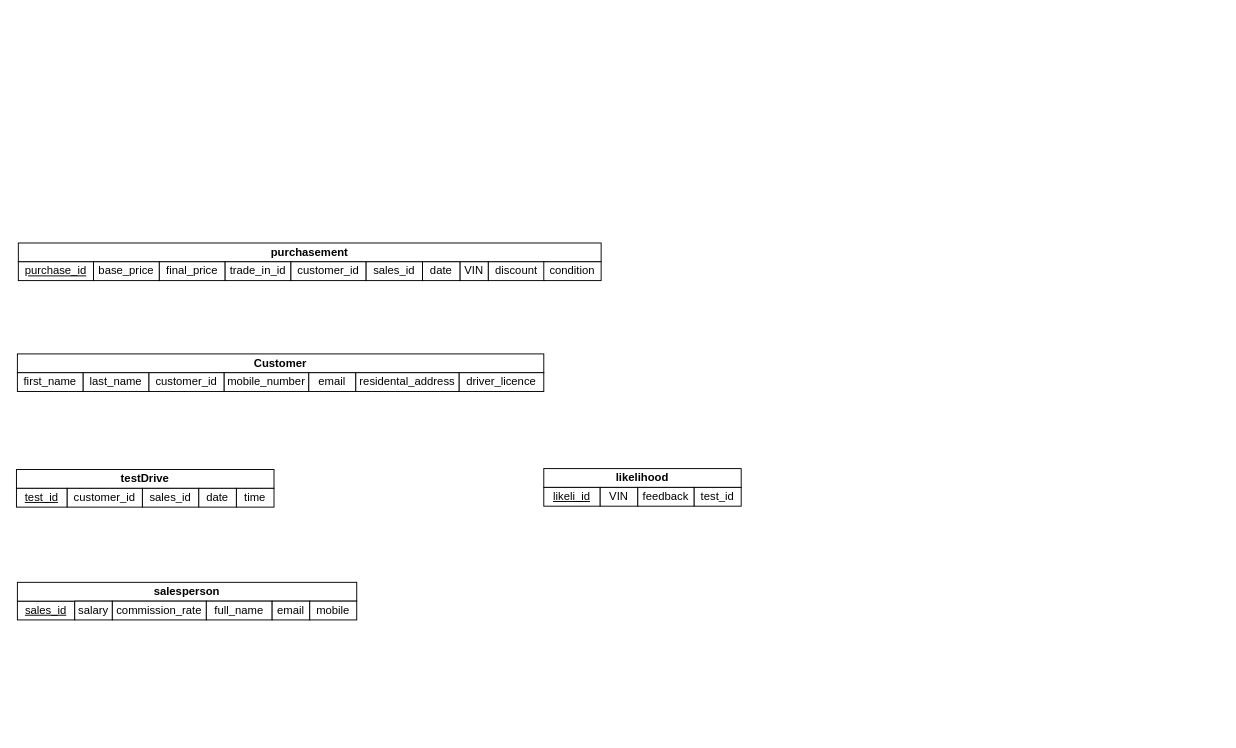
Earlier version of the draw.io diagram 未命名绘图.drawio (Syrus-jpg/LeetCode). Source tidied: cells renumbered, new cells numbered last; positions are measured from the earlier drawing's top-left corner, leaving out a move shared by most shapes. Both pictures are drawn from the tidied source at 94%, with x=0, y=0 at pixel (16, 243).
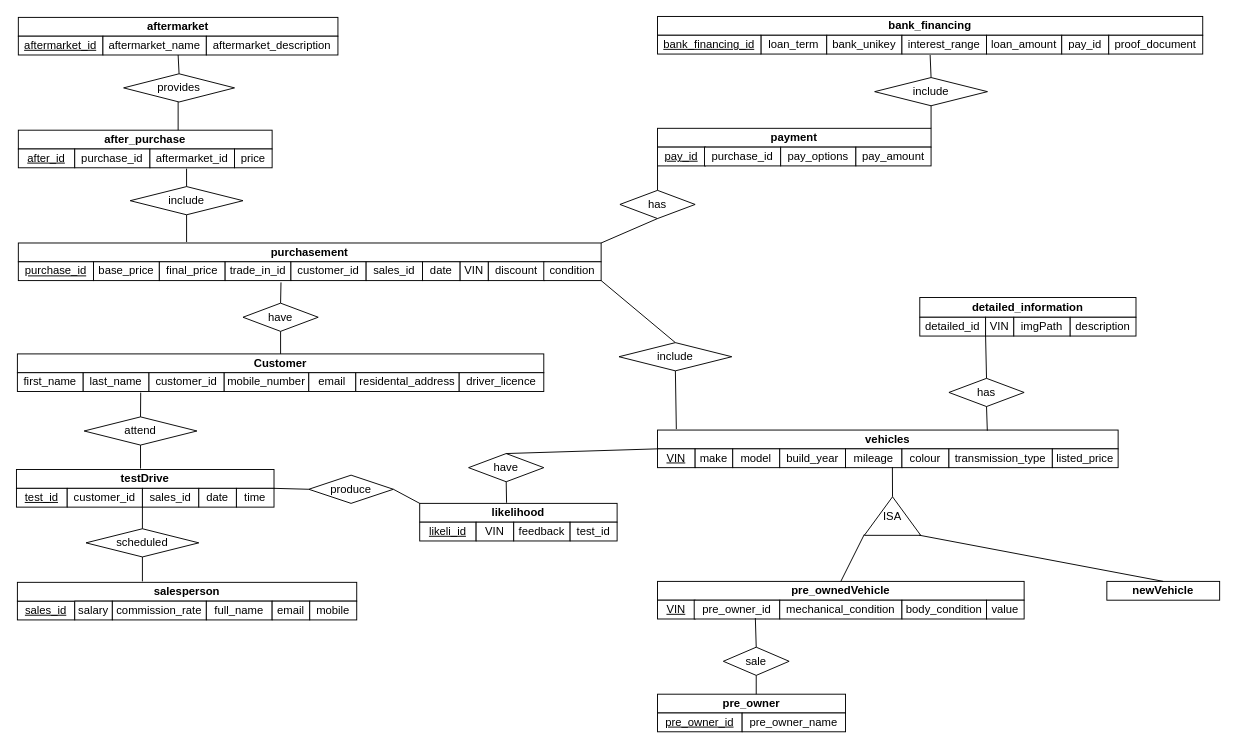
The same diagram, later.

Commit message (it also covers changes not shown here):
更新未命名绘图.drawio

The change refers to these unchanged cells:
```xml
<mxCell id="2" value="&lt;b&gt;Customer&lt;/b&gt;" style="rounded=0;whiteSpace=wrap;html=1;" parent="1" vertex="1">
  <mxGeometry x="1" y="118" width="560" height="20" as="geometry" />
</mxCell>
<mxCell id="4" value="last_name" style="rounded=0;whiteSpace=wrap;html=1;" parent="1" vertex="1">
  <mxGeometry x="71" y="138" width="70" height="20" as="geometry" />
</mxCell>
<mxCell id="10" value="&lt;b&gt;testDrive&lt;/b&gt;" style="rounded=0;whiteSpace=wrap;html=1;" parent="1" vertex="1">
  <mxGeometry y="241" width="274" height="20" as="geometry" />
</mxCell>
<mxCell id="13" value="sales_id" style="rounded=0;whiteSpace=wrap;html=1;" parent="1" vertex="1">
  <mxGeometry x="134" y="261" width="60" height="20" as="geometry" />
</mxCell>
<mxCell id="28" value="&lt;b&gt;purchasement&lt;/b&gt;" style="rounded=0;whiteSpace=wrap;html=1;" parent="1" vertex="1">
  <mxGeometry x="2" width="620" height="20" as="geometry" />
</mxCell>
<mxCell id="32" value="trade_in_id" style="rounded=0;whiteSpace=wrap;html=1;" parent="1" vertex="1">
  <mxGeometry x="222" y="20" width="70" height="20" as="geometry" />
</mxCell>
<mxCell id="38" value="condition" style="rounded=0;whiteSpace=wrap;html=1;" parent="1" vertex="1">
  <mxGeometry x="561" y="20" width="61" height="20" as="geometry" />
</mxCell>
```

The edit, as a diff of the source:
```diff
@@
     <mxCell id="23" value="&lt;b&gt;likelihood&lt;/b&gt;" style="rounded=0;whiteSpace=wrap;html=1;" parent="1" vertex="1">
-      <mxGeometry x="561" y="240" width="210" height="20" as="geometry" />
+      <mxGeometry x="429" y="277" width="210" height="20" as="geometry" />
     </mxCell>
     <mxCell id="24" value="&lt;u&gt;likeli_id&lt;/u&gt;" style="rounded=0;whiteSpace=wrap;html=1;" parent="1" vertex="1">
-      <mxGeometry x="561" y="260" width="60" height="20" as="geometry" />
+      <mxGeometry x="429" y="297" width="60" height="20" as="geometry" />
     </mxCell>
     <mxCell id="25" value="VIN" style="rounded=0;whiteSpace=wrap;html=1;" parent="1" vertex="1">
-      <mxGeometry x="621" y="260" width="40" height="20" as="geometry" />
+      <mxGeometry x="489" y="297" width="40" height="20" as="geometry" />
     </mxCell>
     <mxCell id="26" value="feedback" style="rounded=0;whiteSpace=wrap;html=1;" parent="1" vertex="1">
-      <mxGeometry x="661" y="260" width="60" height="20" as="geometry" />
+      <mxGeometry x="529" y="297" width="60" height="20" as="geometry" />
     </mxCell>
     <mxCell id="27" value="test_id" style="rounded=0;whiteSpace=wrap;html=1;" parent="1" vertex="1">
-      <mxGeometry x="721" y="260" width="50" height="20" as="geometry" />
+      <mxGeometry x="589" y="297" width="50" height="20" as="geometry" />
     </mxCell>
@@
+    <mxCell id="39" value="&lt;b&gt;after_purchase&lt;/b&gt;" style="rounded=0;whiteSpace=wrap;html=1;" parent="1" vertex="1">
+      <mxGeometry x="2" y="-120" width="270" height="20" as="geometry" />
+    </mxCell>
+    <mxCell id="40" value="&lt;u&gt;after_id&lt;/u&gt;" style="rounded=0;whiteSpace=wrap;html=1;" parent="1" vertex="1">
+      <mxGeometry x="2" y="-100" width="60" height="20" as="geometry" />
+    </mxCell>
+    <mxCell id="41" value="purchase_id" style="rounded=0;whiteSpace=wrap;html=1;" parent="1" vertex="1">
+      <mxGeometry x="62" y="-100" width="80" height="20" as="geometry" />
+    </mxCell>
+    <mxCell id="42" value="aftermarket_id" style="rounded=0;whiteSpace=wrap;html=1;" parent="1" vertex="1">
+      <mxGeometry x="142" y="-100" width="90" height="20" as="geometry" />
+    </mxCell>
+    <mxCell id="43" value="price" style="rounded=0;whiteSpace=wrap;html=1;" parent="1" vertex="1">
+      <mxGeometry x="232" y="-100" width="40" height="20" as="geometry" />
+    </mxCell>
+    <mxCell id="44" value="&lt;b&gt;aftermarket&lt;/b&gt;" style="rounded=0;whiteSpace=wrap;html=1;" parent="1" vertex="1">
+      <mxGeometry x="2" y="-240" width="340" height="20" as="geometry" />
+    </mxCell>
+    <mxCell id="45" value="&lt;u&gt;aftermarket_id&lt;/u&gt;" style="rounded=0;whiteSpace=wrap;html=1;" parent="1" vertex="1">
+      <mxGeometry x="2" y="-220" width="90" height="20" as="geometry" />
+    </mxCell>
+    <mxCell id="46" value="aftermarket_name" style="rounded=0;whiteSpace=wrap;html=1;" parent="1" vertex="1">
+      <mxGeometry x="92" y="-220" width="110" height="20" as="geometry" />
+    </mxCell>
+    <mxCell id="47" value="aftermarket_description" style="rounded=0;whiteSpace=wrap;html=1;" parent="1" vertex="1">
+      <mxGeometry x="202" y="-220" width="140" height="20" as="geometry" />
+    </mxCell>
+    <mxCell id="48" value="&lt;b&gt;payment&lt;/b&gt;" style="rounded=0;whiteSpace=wrap;html=1;" parent="1" vertex="1">
+      <mxGeometry x="682" y="-122" width="291" height="20" as="geometry" />
+    </mxCell>
+    <mxCell id="49" value="&lt;u&gt;pay_id&lt;/u&gt;" style="rounded=0;whiteSpace=wrap;html=1;" parent="1" vertex="1">
+      <mxGeometry x="682" y="-102" width="51" height="20" as="geometry" />
+    </mxCell>
+    <mxCell id="50" value="purchase_id" style="rounded=0;whiteSpace=wrap;html=1;" parent="1" vertex="1">
+      <mxGeometry x="732" y="-102" width="81" height="20" as="geometry" />
+    </mxCell>
+    <mxCell id="51" value="pay_options" style="rounded=0;whiteSpace=wrap;html=1;" parent="1" vertex="1">
+      <mxGeometry x="813" y="-102" width="80" height="20" as="geometry" />
+    </mxCell>
+    <mxCell id="52" value="pay_amount" style="rounded=0;whiteSpace=wrap;html=1;" parent="1" vertex="1">
+      <mxGeometry x="893" y="-102" width="80" height="20" as="geometry" />
+    </mxCell>
+    <mxCell id="53" value="&lt;b&gt;vehicles&lt;/b&gt;" style="rounded=0;whiteSpace=wrap;html=1;" parent="1" vertex="1">
+      <mxGeometry x="682" y="199" width="490" height="20" as="geometry" />
+    </mxCell>
+    <mxCell id="54" value="&lt;u&gt;VIN&lt;/u&gt;" style="rounded=0;whiteSpace=wrap;html=1;" parent="1" vertex="1">
+      <mxGeometry x="682" y="219" width="40" height="20" as="geometry" />
+    </mxCell>
+    <mxCell id="55" value="make" style="rounded=0;whiteSpace=wrap;html=1;" parent="1" vertex="1">
+      <mxGeometry x="722" y="219" width="40" height="20" as="geometry" />
+    </mxCell>
+    <mxCell id="56" style="edgeStyle=orthogonalEdgeStyle;rounded=0;orthogonalLoop=1;jettySize=auto;html=1;exitX=0.5;exitY=1;exitDx=0;exitDy=0;" parent="1" edge="1" source="55" target="55">
+      <mxGeometry relative="1" as="geometry" />
+    </mxCell>
+    <mxCell id="57" value="model" style="rounded=0;whiteSpace=wrap;html=1;" parent="1" vertex="1">
+      <mxGeometry x="762" y="219" width="50" height="20" as="geometry" />
+    </mxCell>
+    <mxCell id="58" value="build_year" style="rounded=0;whiteSpace=wrap;html=1;" parent="1" vertex="1">
+      <mxGeometry x="812" y="219" width="70" height="20" as="geometry" />
+    </mxCell>
+    <mxCell id="59" value="mileage" style="rounded=0;whiteSpace=wrap;html=1;" parent="1" vertex="1">
+      <mxGeometry x="882" y="219" width="60" height="20" as="geometry" />
+    </mxCell>
+    <mxCell id="60" value="colour" style="rounded=0;whiteSpace=wrap;html=1;" parent="1" vertex="1">
+      <mxGeometry x="942" y="219" width="50" height="20" as="geometry" />
+    </mxCell>
+    <mxCell id="61" value="transmission_type" style="rounded=0;whiteSpace=wrap;html=1;" parent="1" vertex="1">
+      <mxGeometry x="992" y="219" width="110" height="20" as="geometry" />
+    </mxCell>
+    <mxCell id="62" value="listed_price" style="rounded=0;whiteSpace=wrap;html=1;" parent="1" vertex="1">
+      <mxGeometry x="1102" y="219" width="70" height="20" as="geometry" />
+    </mxCell>
+    <mxCell id="63" value="&lt;b&gt;detailed_information&lt;/b&gt;" style="rounded=0;whiteSpace=wrap;html=1;" parent="1" vertex="1">
+      <mxGeometry x="961" y="58" width="230" height="21" as="geometry" />
+    </mxCell>
+    <mxCell id="64" value="detailed_id" style="rounded=0;whiteSpace=wrap;html=1;" parent="1" vertex="1">
+      <mxGeometry x="961" y="79" width="70" height="20" as="geometry" />
+    </mxCell>
+    <mxCell id="65" value="VIN" style="rounded=0;whiteSpace=wrap;html=1;" parent="1" vertex="1">
+      <mxGeometry x="1031" y="79" width="30" height="20" as="geometry" />
+    </mxCell>
+    <mxCell id="66" value="imgPath" style="rounded=0;whiteSpace=wrap;html=1;" parent="1" vertex="1">
+      <mxGeometry x="1061" y="79" width="60" height="20" as="geometry" />
+    </mxCell>
+    <mxCell id="67" value="description" style="rounded=0;whiteSpace=wrap;html=1;" parent="1" vertex="1">
+      <mxGeometry x="1121" y="79" width="70" height="20" as="geometry" />
+    </mxCell>
+    <mxCell id="68" value="&lt;b&gt;bank_financing&lt;/b&gt;" style="rounded=0;whiteSpace=wrap;html=1;" parent="1" vertex="1">
+      <mxGeometry x="682" y="-241" width="580" height="20" as="geometry" />
+    </mxCell>
+    <mxCell id="69" value="loan_term" style="rounded=0;whiteSpace=wrap;html=1;" parent="1" vertex="1">
+      <mxGeometry x="792" y="-221" width="70" height="20" as="geometry" />
+    </mxCell>
+    <mxCell id="70" value="bank_unikey" style="rounded=0;whiteSpace=wrap;html=1;" parent="1" vertex="1">
+      <mxGeometry x="862" y="-221" width="80" height="20" as="geometry" />
+    </mxCell>
+    <mxCell id="71" value="interest_range" style="rounded=0;whiteSpace=wrap;html=1;" parent="1" vertex="1">
+      <mxGeometry x="942" y="-221" width="90" height="20" as="geometry" />
+    </mxCell>
+    <mxCell id="72" value="loan_amount" style="rounded=0;whiteSpace=wrap;html=1;" parent="1" vertex="1">
+      <mxGeometry x="1032" y="-221" width="80" height="20" as="geometry" />
+    </mxCell>
+    <mxCell id="73" value="pay_id" style="rounded=0;whiteSpace=wrap;html=1;" parent="1" vertex="1">
+      <mxGeometry x="1112" y="-221" width="50" height="20" as="geometry" />
+    </mxCell>
+    <mxCell id="74" value="proof_document" style="rounded=0;whiteSpace=wrap;html=1;" parent="1" vertex="1">
+      <mxGeometry x="1162" y="-221" width="100" height="20" as="geometry" />
+    </mxCell>
+    <mxCell id="75" value="&lt;u&gt;bank_financing_id&lt;/u&gt;" style="rounded=0;whiteSpace=wrap;html=1;" parent="1" vertex="1">
+      <mxGeometry x="682" y="-221" width="110" height="20" as="geometry" />
+    </mxCell>
+    <mxCell id="76" value="&lt;b&gt;pre_ownedVehicle&lt;/b&gt;" style="rounded=0;whiteSpace=wrap;html=1;" parent="1" vertex="1">
+      <mxGeometry x="682" y="360" width="390" height="20" as="geometry" />
+    </mxCell>
+    <mxCell id="77" value="&lt;u&gt;VIN&lt;/u&gt;" style="rounded=0;whiteSpace=wrap;html=1;" parent="1" vertex="1">
+      <mxGeometry x="682" y="380" width="40" height="20" as="geometry" />
+    </mxCell>
+    <mxCell id="78" value="pre_owner_id" style="rounded=0;whiteSpace=wrap;html=1;" parent="1" vertex="1">
+      <mxGeometry x="721" y="380" width="91" height="20" as="geometry" />
+    </mxCell>
+    <mxCell id="79" value="mechanical_condition" style="rounded=0;whiteSpace=wrap;html=1;" parent="1" vertex="1">
+      <mxGeometry x="812" y="380" width="130" height="20" as="geometry" />
+    </mxCell>
+    <mxCell id="80" value="body_condition" style="rounded=0;whiteSpace=wrap;html=1;" parent="1" vertex="1">
+      <mxGeometry x="942" y="380" width="90" height="20" as="geometry" />
+    </mxCell>
+    <mxCell id="81" value="value" style="rounded=0;whiteSpace=wrap;html=1;" parent="1" vertex="1">
+      <mxGeometry x="1032" y="380" width="40" height="20" as="geometry" />
+    </mxCell>
+    <mxCell id="82" value="&lt;b&gt;pre_owner&lt;/b&gt;" style="rounded=0;whiteSpace=wrap;html=1;" parent="1" vertex="1">
+      <mxGeometry x="682" y="480" width="200" height="20" as="geometry" />
+    </mxCell>
+    <mxCell id="83" value="&lt;u&gt;pre_owner_id&lt;/u&gt;" style="rounded=0;whiteSpace=wrap;html=1;" parent="1" vertex="1">
+      <mxGeometry x="682" y="500" width="90" height="20" as="geometry" />
+    </mxCell>
+    <mxCell id="84" value="pre_owner_name" style="rounded=0;whiteSpace=wrap;html=1;" parent="1" vertex="1">
+      <mxGeometry x="772" y="500" width="110" height="20" as="geometry" />
+    </mxCell>
+    <mxCell id="85" value="&lt;b&gt;newVehicle&lt;/b&gt;" style="rounded=0;whiteSpace=wrap;html=1;" parent="1" vertex="1">
+      <mxGeometry x="1160" y="360" width="120" height="20" as="geometry" />
+    </mxCell>
+    <mxCell id="86" value="ISA" style="triangle;whiteSpace=wrap;html=1;direction=north;" parent="1" vertex="1">
+      <mxGeometry x="902" y="270" width="60" height="41" as="geometry" />
+    </mxCell>
+    <mxCell id="87" style="endArrow=none;html=1;rounded=0;exitX=0.5;exitY=0;exitDx=0;exitDy=0;" parent="1" edge="1" source="76">
+      <mxGeometry relative="1" as="geometry">
+        <mxPoint x="902" y="310" as="targetPoint" />
+      </mxGeometry>
+    </mxCell>
+    <mxCell id="88" style="endArrow=none;html=1;rounded=0;exitX=0.003;exitY=0.974;exitDx=0;exitDy=0;entryX=0.5;entryY=0;entryDx=0;entryDy=0;exitPerimeter=0;" parent="1" edge="1" source="86" target="85">
+      <mxGeometry relative="1" as="geometry" />
+    </mxCell>
+    <mxCell id="89" value="sale" style="rhombus;whiteSpace=wrap;html=1;" parent="1" vertex="1">
+      <mxGeometry x="752" y="430" width="70" height="30" as="geometry" />
+    </mxCell>
+    <mxCell id="90" style="endArrow=none;html=1;rounded=0;exitX=0.5;exitY=0;exitDx=0;exitDy=0;entryX=0.715;entryY=0.95;entryDx=0;entryDy=0;entryPerimeter=0;" parent="1" edge="1" source="89" target="78">
+      <mxGeometry relative="1" as="geometry" />
+    </mxCell>
+    <mxCell id="91" style="endArrow=none;html=1;rounded=0;exitX=0.5;exitY=1;exitDx=0;exitDy=0;" parent="1" edge="1" source="89">
+      <mxGeometry relative="1" as="geometry">
+        <mxPoint x="787" y="480" as="targetPoint" />
+      </mxGeometry>
+    </mxCell>
+    <mxCell id="92" style="endArrow=none;html=1;rounded=0;exitX=0.831;exitY=0.973;exitDx=0;exitDy=0;exitPerimeter=0;" parent="1" edge="1" source="59">
+      <mxGeometry relative="1" as="geometry">
+        <mxPoint x="932" y="270" as="targetPoint" />
+      </mxGeometry>
+    </mxCell>
+    <mxCell id="93" value="scheduled" style="rhombus;whiteSpace=wrap;html=1;" parent="1" vertex="1">
+      <mxGeometry x="74" y="304" width="120" height="30" as="geometry" />
+    </mxCell>
+    <mxCell id="94" style="endArrow=none;html=1;rounded=0;exitX=0.5;exitY=1;exitDx=0;exitDy=0;" parent="1" edge="1" source="93">
+      <mxGeometry relative="1" as="geometry">
+        <mxPoint x="134" y="360" as="targetPoint" />
+      </mxGeometry>
+    </mxCell>
+    <mxCell id="95" style="endArrow=none;html=1;rounded=0;exitX=0.5;exitY=0;exitDx=0;exitDy=0;entryX=0;entryY=1;entryDx=0;entryDy=0;" parent="1" edge="1" source="93" target="13">
+      <mxGeometry relative="1" as="geometry" />
+    </mxCell>
+    <mxCell id="96" value="attend" style="rhombus;whiteSpace=wrap;html=1;" parent="1" vertex="1">
+      <mxGeometry x="72" y="185" width="120" height="30" as="geometry" />
+    </mxCell>
+    <mxCell id="97" style="endArrow=none;html=1;rounded=0;entryX=0.5;entryY=1;entryDx=0;entryDy=0;" parent="1" edge="1" target="96">
+      <mxGeometry relative="1" as="geometry">
+        <mxPoint x="132" y="240" as="sourcePoint" />
+      </mxGeometry>
+    </mxCell>
+    <mxCell id="98" style="endArrow=none;html=1;rounded=0;entryX=0.5;entryY=0;entryDx=0;entryDy=0;exitX=0.874;exitY=1.056;exitDx=0;exitDy=0;exitPerimeter=0;" parent="1" edge="1" source="4">
+      <mxGeometry relative="1" as="geometry">
+        <mxPoint x="132" y="185" as="targetPoint" />
+      </mxGeometry>
+    </mxCell>
+    <mxCell id="99" value="have" style="rhombus;whiteSpace=wrap;html=1;" parent="1" vertex="1">
+      <mxGeometry x="241" y="64" width="80" height="30" as="geometry" />
+    </mxCell>
+    <mxCell id="100" style="endArrow=none;html=1;rounded=0;exitX=0.5;exitY=0;exitDx=0;exitDy=0;entryX=0.5;entryY=1;entryDx=0;entryDy=0;" parent="1" edge="1" source="2" target="99">
+      <mxGeometry relative="1" as="geometry" />
+    </mxCell>
+    <mxCell id="101" style="endArrow=none;html=1;rounded=0;exitX=0.5;exitY=0;exitDx=0;exitDy=0;entryX=0.849;entryY=1.097;entryDx=0;entryDy=0;entryPerimeter=0;" parent="1" edge="1" source="99" target="32">
+      <mxGeometry relative="1" as="geometry" />
+    </mxCell>
+    <mxCell id="102" value="include" style="rhombus;whiteSpace=wrap;html=1;" parent="1" vertex="1">
+      <mxGeometry x="121" y="-60" width="120" height="30" as="geometry" />
+    </mxCell>
+    <mxCell id="103" style="endArrow=none;html=1;rounded=0;entryX=0.5;entryY=1;entryDx=0;entryDy=0;" parent="1" edge="1" target="102">
+      <mxGeometry relative="1" as="geometry">
+        <mxPoint x="181" y="-1" as="sourcePoint" />
+      </mxGeometry>
+    </mxCell>
+    <mxCell id="104" style="endArrow=none;html=1;rounded=0;exitX=0.5;exitY=0;exitDx=0;exitDy=0;entryX=0.433;entryY=1.044;entryDx=0;entryDy=0;entryPerimeter=0;" parent="1" edge="1" source="102" target="42">
+      <mxGeometry relative="1" as="geometry" />
+    </mxCell>
+    <mxCell id="105" value="provides" style="rhombus;whiteSpace=wrap;html=1;" parent="1" vertex="1">
+      <mxGeometry x="114" y="-180" width="118" height="30" as="geometry" />
+    </mxCell>
+    <mxCell id="106" style="endArrow=none;html=1;rounded=0;entryX=0.5;entryY=1;entryDx=0;entryDy=0;" parent="1" edge="1">
+      <mxGeometry relative="1" as="geometry">
+        <mxPoint x="172" y="-120" as="sourcePoint" />
+        <mxPoint x="172" y="-150" as="targetPoint" />
+      </mxGeometry>
+    </mxCell>
+    <mxCell id="107" style="endArrow=none;html=1;rounded=0;exitX=0.5;exitY=0;exitDx=0;exitDy=0;" parent="1" edge="1" source="105">
+      <mxGeometry relative="1" as="geometry">
+        <mxPoint x="172" y="-200" as="targetPoint" />
+      </mxGeometry>
+    </mxCell>
+    <mxCell id="108" value="has" style="rhombus;whiteSpace=wrap;html=1;" parent="1" vertex="1">
+      <mxGeometry x="642" y="-56" width="80" height="30" as="geometry" />
+    </mxCell>
+    <mxCell id="109" style="endArrow=none;html=1;rounded=0;entryX=0.5;entryY=1;entryDx=0;entryDy=0;exitX=1;exitY=0;exitDx=0;exitDy=0;" parent="1" edge="1" source="28" target="108">
+      <mxGeometry relative="1" as="geometry" />
+    </mxCell>
+    <mxCell id="110" style="endArrow=none;html=1;rounded=0;exitX=0.5;exitY=0;exitDx=0;exitDy=0;entryX=0;entryY=1;entryDx=0;entryDy=0;" parent="1" edge="1" source="108" target="49">
+      <mxGeometry relative="1" as="geometry" />
+    </mxCell>
+    <mxCell id="111" value="include" style="rhombus;whiteSpace=wrap;html=1;" parent="1" vertex="1">
+      <mxGeometry x="913" y="-176" width="120" height="30" as="geometry" />
+    </mxCell>
+    <mxCell id="112" style="endArrow=none;html=1;rounded=0;entryX=0.5;entryY=1;entryDx=0;entryDy=0;exitX=1;exitY=0;exitDx=0;exitDy=0;" parent="1" edge="1" source="48" target="111">
+      <mxGeometry relative="1" as="geometry" />
+    </mxCell>
+    <mxCell id="113" style="endArrow=none;html=1;rounded=0;exitX=0.5;exitY=0;exitDx=0;exitDy=0;" parent="1" edge="1" source="111">
+      <mxGeometry relative="1" as="geometry">
+        <mxPoint x="972" y="-200" as="targetPoint" />
+      </mxGeometry>
+    </mxCell>
+    <mxCell id="114" value="include" style="rhombus;whiteSpace=wrap;html=1;" parent="1" vertex="1">
+      <mxGeometry x="641" y="106" width="120" height="30" as="geometry" />
+    </mxCell>
+    <mxCell id="115" style="endArrow=none;html=1;rounded=0;exitX=1;exitY=1;exitDx=0;exitDy=0;entryX=0.5;entryY=0;entryDx=0;entryDy=0;" parent="1" edge="1" source="38" target="114">
+      <mxGeometry relative="1" as="geometry" />
+    </mxCell>
+    <mxCell id="116" style="endArrow=none;html=1;rounded=0;exitX=0.5;exitY=1;exitDx=0;exitDy=0;" parent="1" edge="1" source="114">
+      <mxGeometry relative="1" as="geometry">
+        <mxPoint x="702" y="198" as="targetPoint" />
+      </mxGeometry>
+    </mxCell>
+    <mxCell id="117" value="has" style="rhombus;whiteSpace=wrap;html=1;" parent="1" vertex="1">
+      <mxGeometry x="992" y="144" width="80" height="30" as="geometry" />
+    </mxCell>
+    <mxCell id="118" style="endArrow=none;html=1;rounded=0;exitX=0.716;exitY=0.035;exitDx=0;exitDy=0;exitPerimeter=0;entryX=0.5;entryY=1;entryDx=0;entryDy=0;" parent="1" edge="1" source="53" target="117">
+      <mxGeometry relative="1" as="geometry" />
+    </mxCell>
+    <mxCell id="119" style="endArrow=none;html=1;rounded=0;exitX=0.5;exitY=0;exitDx=0;exitDy=0;entryX=0;entryY=1;entryDx=0;entryDy=0;" parent="1" edge="1" source="117" target="65">
+      <mxGeometry relative="1" as="geometry" />
+    </mxCell>
+    <mxCell id="120" value="have" style="rhombus;whiteSpace=wrap;html=1;" parent="1" vertex="1">
+      <mxGeometry x="481" y="224" width="80" height="30" as="geometry" />
+    </mxCell>
+    <mxCell id="121" style="endArrow=none;html=1;rounded=0;entryX=0.5;entryY=1;entryDx=0;entryDy=0;exitX=0.44;exitY=-0.031;exitDx=0;exitDy=0;exitPerimeter=0;" parent="1" edge="1" source="23" target="120">
+      <mxGeometry relative="1" as="geometry" />
+    </mxCell>
+    <mxCell id="122" style="endArrow=none;html=1;rounded=0;entryX=0;entryY=0;entryDx=0;entryDy=0;exitX=0.5;exitY=0;exitDx=0;exitDy=0;" parent="1" edge="1" source="120" target="54">
+      <mxGeometry relative="1" as="geometry" />
+    </mxCell>
+    <mxCell id="123" value="produce" style="rhombus;whiteSpace=wrap;html=1;" parent="1" vertex="1">
+      <mxGeometry x="311" y="247" width="90" height="30" as="geometry" />
+    </mxCell>
+    <mxCell id="124" style="endArrow=none;html=1;rounded=0;exitX=1;exitY=1;exitDx=0;exitDy=0;entryX=0;entryY=0.5;entryDx=0;entryDy=0;" parent="1" edge="1" source="10" target="123">
+      <mxGeometry relative="1" as="geometry" />
+    </mxCell>
+    <mxCell id="125" style="endArrow=none;html=1;rounded=0;exitX=1;exitY=0.5;exitDx=0;exitDy=0;entryX=0;entryY=0;entryDx=0;entryDy=0;" parent="1" edge="1" source="123" target="23">
+      <mxGeometry relative="1" as="geometry" />
+    </mxCell>
```
